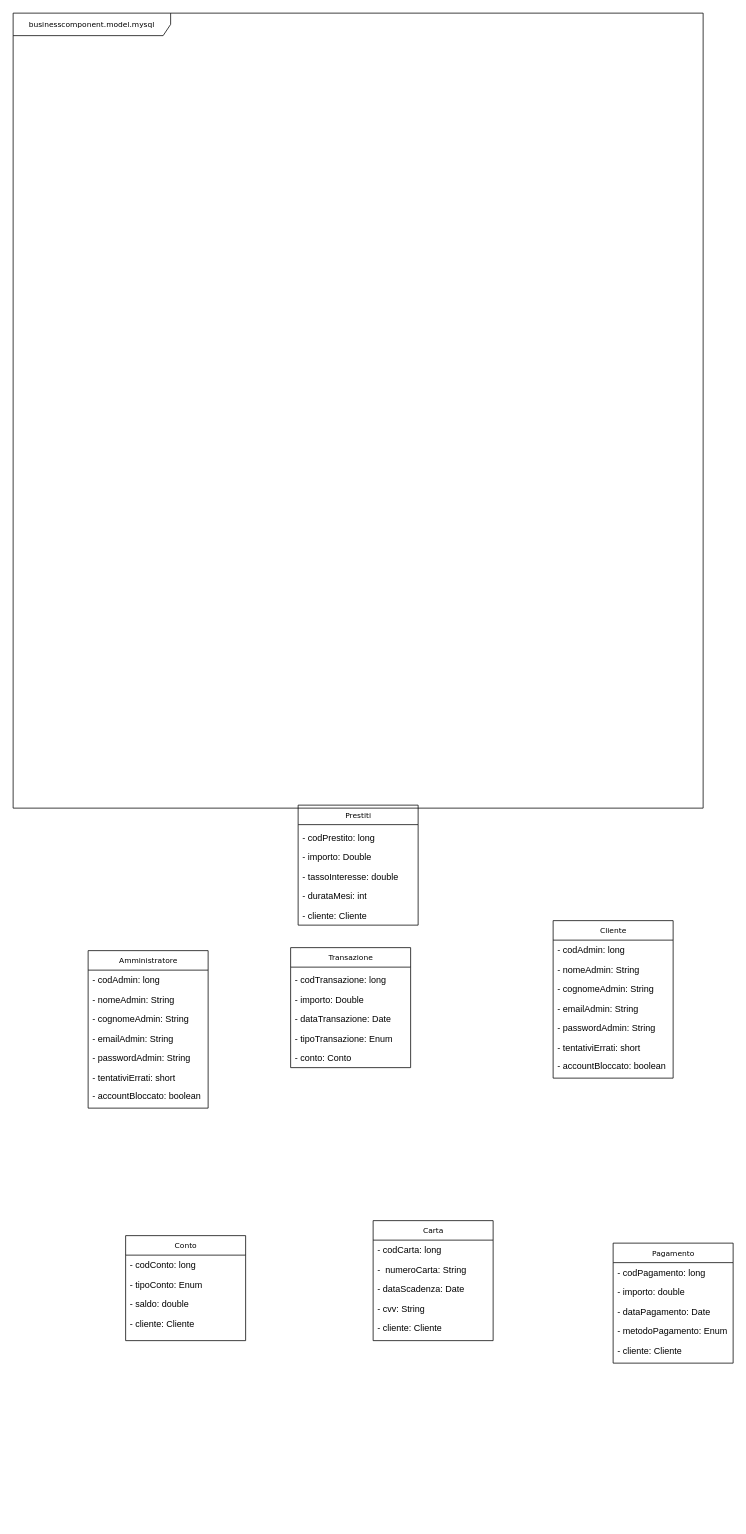
Before: page "model" (1 of 4) of DiagrammaCalssi.drawio in davide-vigano-tas/applicazione-bancaria, a draw.io diagram. Source tidied: cells renumbered, new cells numbered last; positions are measured from the earlier drawing's top-left corner, leaving out a move shared by most shapes. Both pictures are drawn from the tidied source at 75%, with x=0, y=0 at pixel (13, 13).
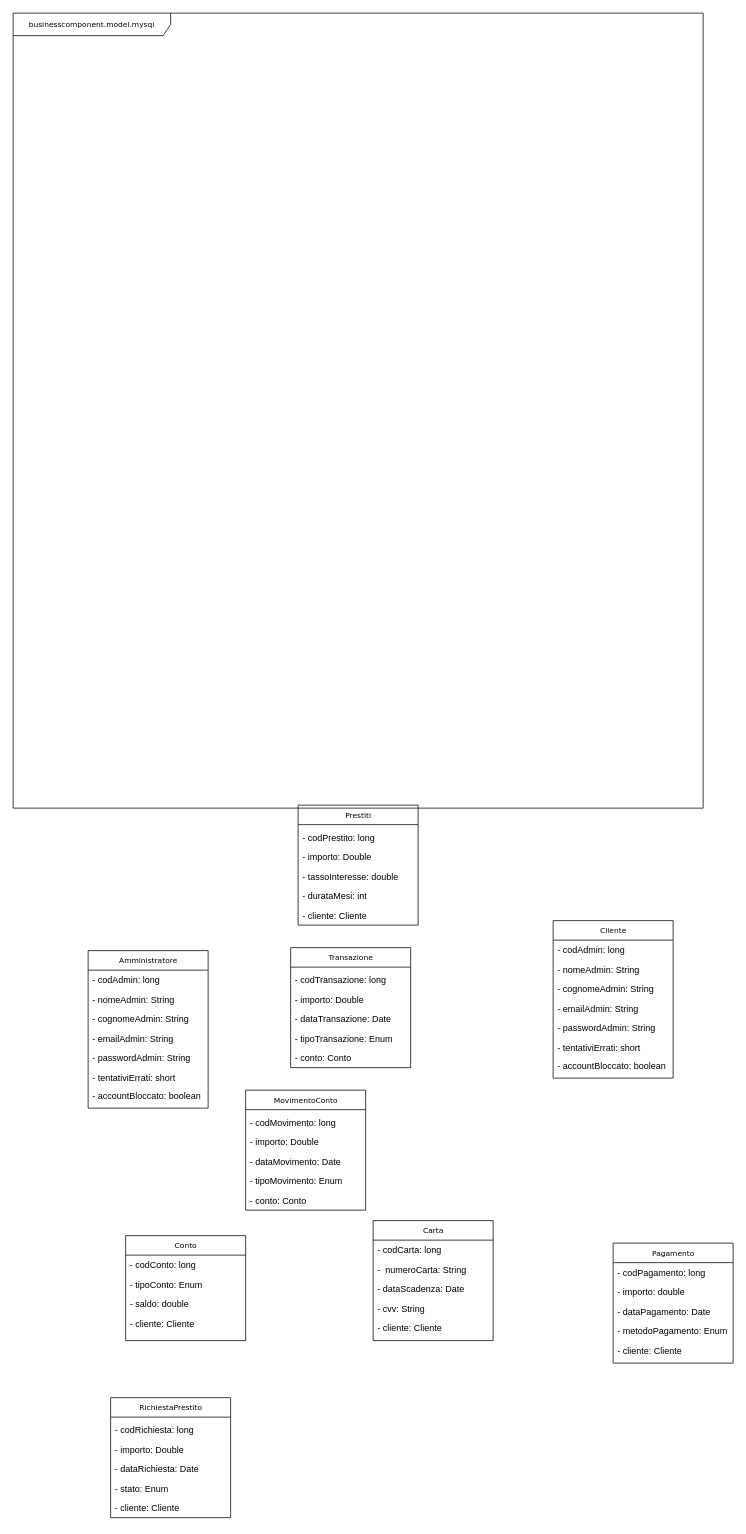
After the change.

Diff of the diagram source:
```diff
@@
+    <mxCell id="50" style="group;" parent="1" vertex="1">
+      <mxGeometry x="310" y="1440" width="160" height="160" as="geometry" />
+    </mxCell>
+    <mxCell id="51" value="MovimentoConto" style="swimlane;html=1;fontStyle=0;horizontal=1;startSize=26;fillColor=none;swimlaneFillColor=#ffffff;rounded=0;shadow=0;comic=0;labelBackgroundColor=none;strokeWidth=1;fontFamily=Verdana;fontSize=10;align=center;" parent="50" vertex="1">
+      <mxGeometry y="-4" width="160" height="160" as="geometry" />
+    </mxCell>
+    <mxCell id="52" value="- codMovimento: long" style="text;html=1;strokeColor=none;fillColor=none;align=left;verticalAlign=top;spacingLeft=4;spacingRight=4;whiteSpace=wrap;overflow=hidden;" parent="50" vertex="1">
+      <mxGeometry y="26" width="160" height="26" as="geometry" />
+    </mxCell>
+    <mxCell id="53" value="- importo: Double" style="text;html=1;strokeColor=none;fillColor=none;align=left;verticalAlign=top;spacingLeft=4;spacingRight=4;whiteSpace=wrap;overflow=hidden;" parent="50" vertex="1">
+      <mxGeometry y="52" width="160" height="26" as="geometry" />
+    </mxCell>
+    <mxCell id="54" value="- dataMovimento: Date" style="text;html=1;strokeColor=none;fillColor=none;align=left;verticalAlign=top;spacingLeft=4;spacingRight=4;whiteSpace=wrap;overflow=hidden;" parent="50" vertex="1">
+      <mxGeometry y="78" width="160" height="26" as="geometry" />
+    </mxCell>
+    <mxCell id="55" value="- tipoMovimento: Enum" style="text;html=1;strokeColor=none;fillColor=none;align=left;verticalAlign=top;spacingLeft=4;spacingRight=4;whiteSpace=wrap;overflow=hidden;" parent="50" vertex="1">
+      <mxGeometry y="104" width="160" height="26" as="geometry" />
+    </mxCell>
+    <mxCell id="56" value="- conto: Conto" style="text;html=1;strokeColor=none;fillColor=none;align=left;verticalAlign=top;spacingLeft=4;spacingRight=4;whiteSpace=wrap;overflow=hidden;" parent="50" vertex="1">
+      <mxGeometry y="130" width="160" height="26" as="geometry" />
+    </mxCell>
+    <mxCell id="57" style="group;" parent="1" vertex="1">
+      <mxGeometry x="130" y="1850" width="160" height="160" as="geometry" />
+    </mxCell>
+    <mxCell id="58" value="RichiestaPrestito" style="swimlane;html=1;fontStyle=0;horizontal=1;startSize=26;fillColor=none;swimlaneFillColor=#ffffff;rounded=0;shadow=0;comic=0;labelBackgroundColor=none;strokeWidth=1;fontFamily=Verdana;fontSize=10;align=center;" parent="57" vertex="1">
+      <mxGeometry y="-4" width="160" height="160" as="geometry" />
+    </mxCell>
+    <mxCell id="59" value="- codRichiesta: long" style="text;html=1;strokeColor=none;fillColor=none;align=left;verticalAlign=top;spacingLeft=4;spacingRight=4;whiteSpace=wrap;overflow=hidden;" parent="57" vertex="1">
+      <mxGeometry y="26" width="160" height="26" as="geometry" />
+    </mxCell>
+    <mxCell id="60" value="- importo: Double" style="text;html=1;strokeColor=none;fillColor=none;align=left;verticalAlign=top;spacingLeft=4;spacingRight=4;whiteSpace=wrap;overflow=hidden;" parent="57" vertex="1">
+      <mxGeometry y="52" width="160" height="26" as="geometry" />
+    </mxCell>
+    <mxCell id="61" value="- dataRichiesta: Date" style="text;html=1;strokeColor=none;fillColor=none;align=left;verticalAlign=top;spacingLeft=4;spacingRight=4;whiteSpace=wrap;overflow=hidden;" parent="57" vertex="1">
+      <mxGeometry y="78" width="160" height="26" as="geometry" />
+    </mxCell>
+    <mxCell id="62" value="- stato: Enum" style="text;html=1;strokeColor=none;fillColor=none;align=left;verticalAlign=top;spacingLeft=4;spacingRight=4;whiteSpace=wrap;overflow=hidden;" parent="57" vertex="1">
+      <mxGeometry y="104" width="160" height="26" as="geometry" />
+    </mxCell>
+    <mxCell id="63" value="- cliente: Cliente" style="text;html=1;strokeColor=none;fillColor=none;align=left;verticalAlign=top;spacingLeft=4;spacingRight=4;whiteSpace=wrap;overflow=hidden;" parent="57" vertex="1">
+      <mxGeometry y="130" width="160" height="26" as="geometry" />
+    </mxCell>
```
